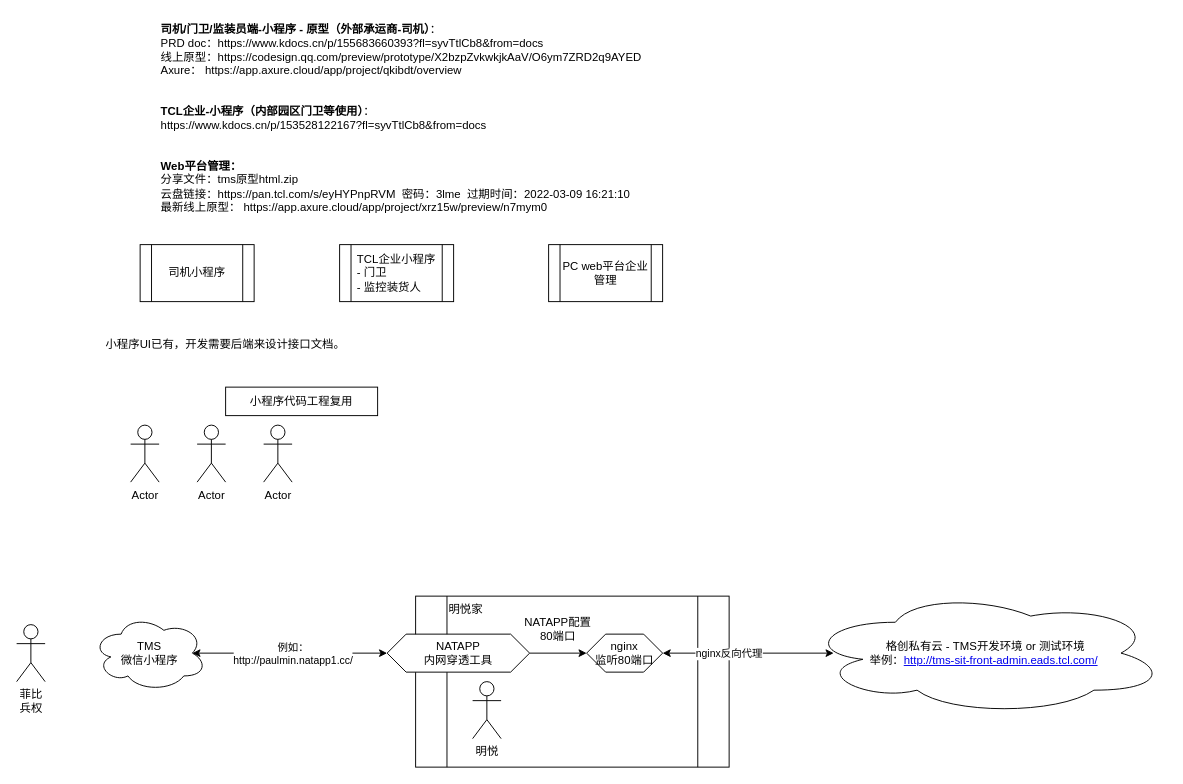
This is page "触点端" (1 of 11) of TMS.drawio from lawplus/diagrams, a draw.io file, before an edit. Source tidied: cells renumbered, new cells numbered last; positions are measured from the earlier drawing's top-left corner, leaving out a move shared by most shapes. Both pictures are drawn from the tidied source at 95%, with x=0, y=0 at pixel (16, 16).
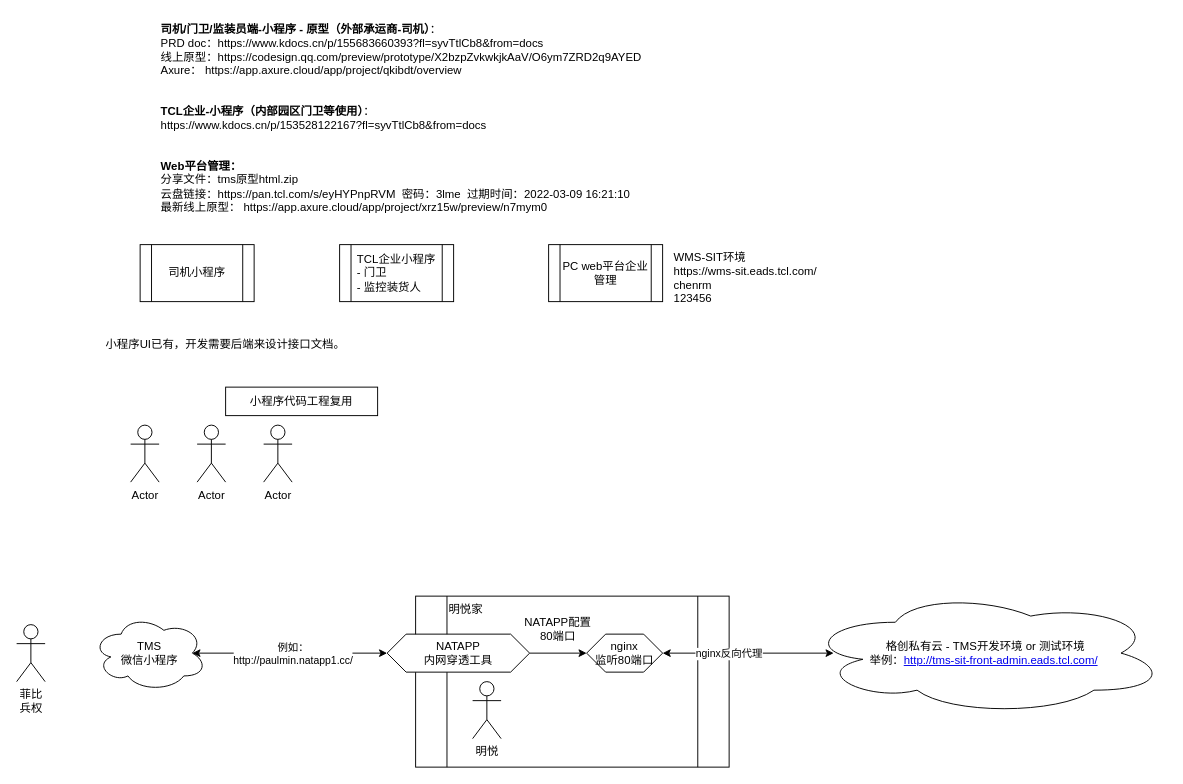
The same diagram, later.

Change to the diagram source:
```diff
@@
+    <mxCell id="24" value="WMS-SIT环境&#10;https://wms-sit.eads.tcl.com/&#10;chenrm&#10;123456" style="text;whiteSpace=wrap;html=1;" parent="1" vertex="1">
+      <mxGeometry x="690" y="240" width="190" height="70" as="geometry" />
+    </mxCell>
```
